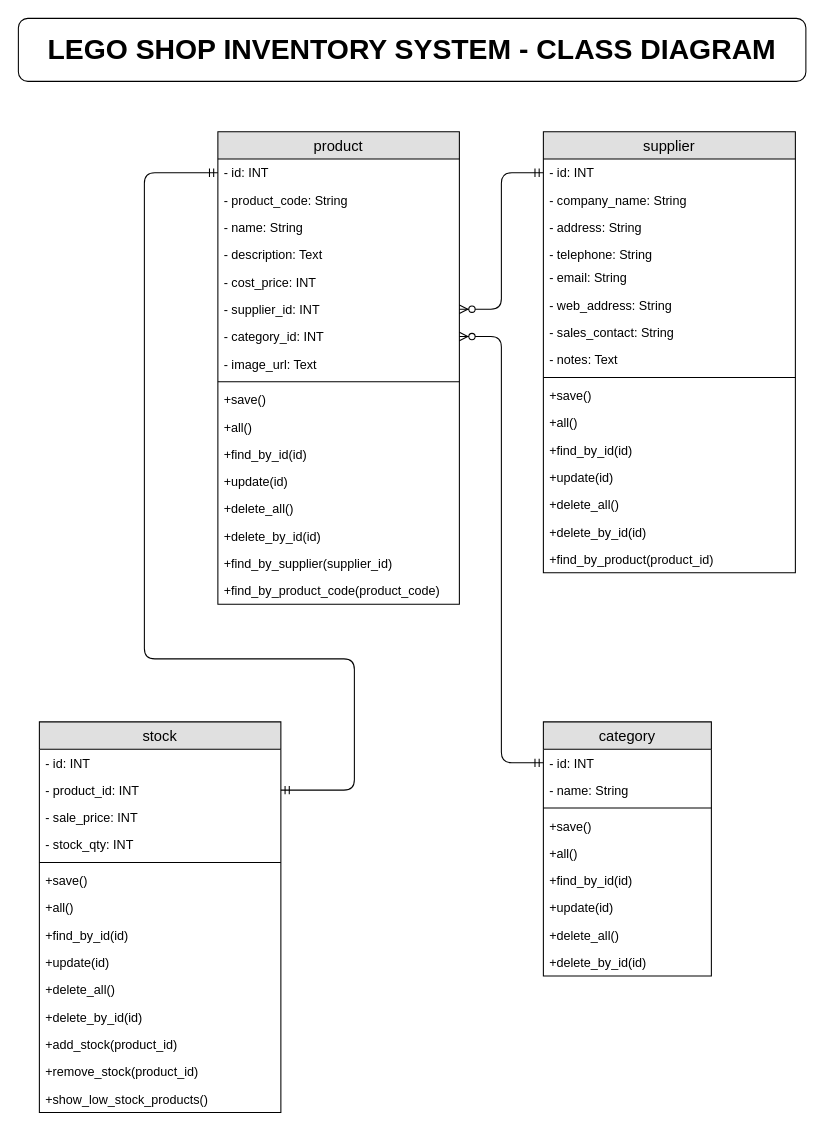
Before: diagrams/class_diagram.drawio in aramsay03/lego_shop_inventory_project, a draw.io diagram. Source tidied: cells renumbered, new cells numbered last; positions are measured from the earlier drawing's top-left corner, leaving out a move shared by most shapes. Both pictures are drawn from the tidied source at 105%, with x=0, y=0 at pixel (18, 18).
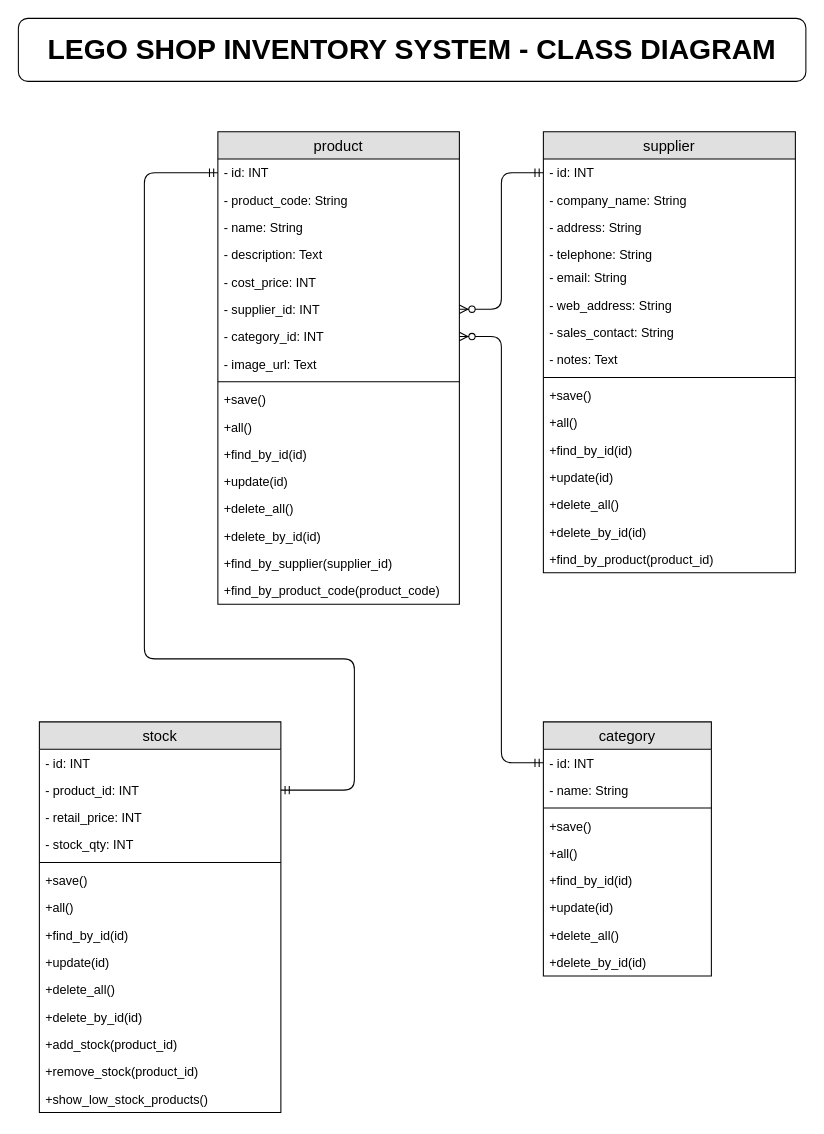
The same diagram, later.

The change refers to these unchanged cells:
```xml
<mxCell id="38" value="stock" style="swimlane;fontStyle=0;horizontal=1;startSize=26;fillColor=#e0e0e0;swimlaneFillColor=#ffffff;align=center;fontSize=14;" parent="1" vertex="1">
  <mxGeometry x="20" y="670" width="230" height="372" as="geometry" />
</mxCell>
```

Diff of the diagram source:
```diff
@@
-    <mxCell id="41" value="- sale_price: INT" style="text;strokeColor=none;fillColor=none;spacingLeft=4;spacingRight=4;overflow=hidden;fontSize=12;" parent="38" vertex="1">
+    <mxCell id="41" value="- retail_price: INT" style="text;strokeColor=none;fillColor=none;spacingLeft=4;spacingRight=4;overflow=hidden;fontSize=12;" parent="38" vertex="1">
       <mxGeometry y="78" width="230" height="26" as="geometry" />
     </mxCell>
```
